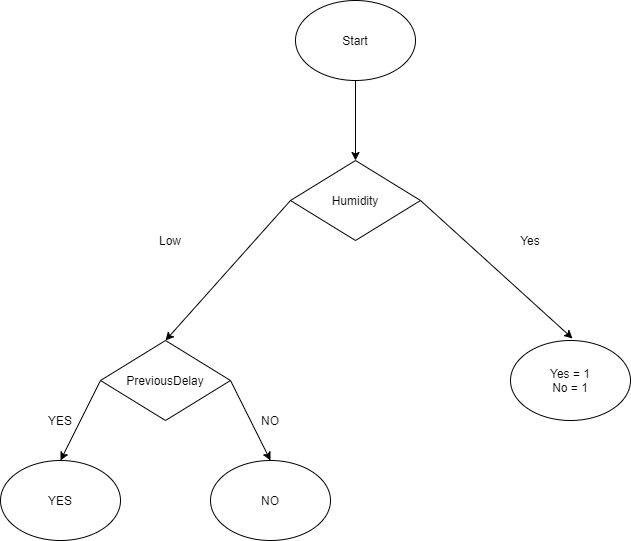
drminix/images keeps this draw.io diagram as toyexample_decisiontree_3.png. Above is the earlier version. Source tidied: cells renumbered, new cells last; positions are measured from the earlier drawing's top-left corner, leaving out a move shared by most shapes.
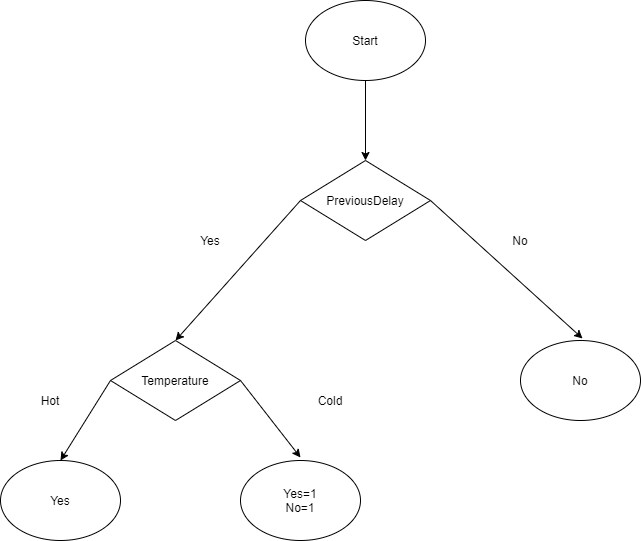
The same file after the commit.

Change to the diagram source:
```diff
@@ -7,10 +7,10 @@
         <mxPoint x="355" y="80" as="sourcePoint" />
       </mxGeometry>
     </mxCell>
-    <mxCell id="3" value="Humidity" style="rhombus;whiteSpace=wrap;html=1;" parent="1" vertex="1">
+    <mxCell id="3" value="PreviousDelay" style="rhombus;whiteSpace=wrap;html=1;" parent="1" vertex="1">
       <mxGeometry x="290" y="160" width="130" height="80" as="geometry" />
     </mxCell>
-    <mxCell id="4" style="endArrow=classic;html=1;exitX=0;exitY=0.5;exitDx=0;exitDy=0;entryX=0.5;entryY=0;entryDx=0;entryDy=0;" parent="1" edge="1" source="3" target="8">
+    <mxCell id="4" style="endArrow=classic;html=1;exitX=0;exitY=0.5;exitDx=0;exitDy=0;entryX=0.5;entryY=0;entryDx=0;entryDy=0;" parent="1" edge="1" source="3" target="17">
       <mxGeometry relative="1" as="geometry" />
     </mxCell>
     <mxCell id="5" style="endArrow=classic;html=1;exitX=1;exitY=0.5;exitDx=0;exitDy=0;entryX=0.491;entryY=-0.05;entryDx=0;entryDy=0;entryPerimeter=0;" parent="1" edge="1" source="3">
@@ -18,40 +18,38 @@
         <mxPoint x="572" y="338" as="targetPoint" />
       </mxGeometry>
     </mxCell>
-    <mxCell id="6" value="Low" style="text;html=1;strokeColor=none;fillColor=none;align=center;verticalAlign=middle;whiteSpace=wrap;rounded=0;" parent="1" vertex="1">
-      <mxGeometry x="150" y="230" width="40" height="20" as="geometry" />
+    <mxCell id="6" value="Yes" style="text;html=1;strokeColor=none;fillColor=none;align=center;verticalAlign=middle;whiteSpace=wrap;rounded=0;" parent="1" vertex="1">
+      <mxGeometry x="180" y="230" width="40" height="20" as="geometry" />
     </mxCell>
-    <mxCell id="7" value="Yes" style="text;html=1;strokeColor=none;fillColor=none;align=center;verticalAlign=middle;whiteSpace=wrap;rounded=0;" parent="1" vertex="1">
-      <mxGeometry x="510" y="230" width="40" height="20" as="geometry" />
+    <mxCell id="7" value="No" style="text;html=1;strokeColor=none;fillColor=none;align=center;verticalAlign=middle;whiteSpace=wrap;rounded=0;" parent="1" vertex="1">
+      <mxGeometry x="490" y="230" width="40" height="20" as="geometry" />
     </mxCell>
-    <mxCell id="8" value="PreviousDelay" style="rhombus;whiteSpace=wrap;html=1;" parent="1" vertex="1">
-      <mxGeometry x="100" y="340" width="130" height="80" as="geometry" />
-    </mxCell>
-    <mxCell id="9" style="endArrow=classic;html=1;exitX=0;exitY=0.5;exitDx=0;exitDy=0;" parent="1" edge="1" source="8">
-      <mxGeometry relative="1" as="geometry">
-        <mxPoint x="60" y="460" as="targetPoint" />
-      </mxGeometry>
-    </mxCell>
-    <mxCell id="10" style="endArrow=classic;html=1;exitX=1;exitY=0.5;exitDx=0;exitDy=0;" parent="1" edge="1" source="8">
-      <mxGeometry relative="1" as="geometry">
-        <mxPoint x="270" y="460" as="targetPoint" />
-      </mxGeometry>
-    </mxCell>
-    <mxCell id="11" value="YES" style="ellipse;whiteSpace=wrap;html=1;" parent="1" vertex="1">
-      <mxGeometry y="460" width="120" height="80" as="geometry" />
-    </mxCell>
-    <mxCell id="12" value="YES" style="text;html=1;strokeColor=none;fillColor=none;align=center;verticalAlign=middle;whiteSpace=wrap;rounded=0;" parent="1" vertex="1">
-      <mxGeometry x="40" y="410" width="40" height="20" as="geometry" />
-    </mxCell>
-    <mxCell id="13" value="NO" style="text;html=1;strokeColor=none;fillColor=none;align=center;verticalAlign=middle;whiteSpace=wrap;rounded=0;" parent="1" vertex="1">
-      <mxGeometry x="250" y="410" width="40" height="20" as="geometry" />
-    </mxCell>
-    <mxCell id="14" value="NO" style="ellipse;whiteSpace=wrap;html=1;" parent="1" vertex="1">
-      <mxGeometry x="210" y="460" width="120" height="80" as="geometry" />
-    </mxCell>
-    <mxCell id="15" value="Yes = 1&lt;br&gt;No = 1" style="ellipse;whiteSpace=wrap;html=1;" parent="1" vertex="1">
-      <mxGeometry x="510" y="340" width="120" height="80" as="geometry" />
-    </mxCell>
+    <mxCell id="17" value="Temperature" style="rhombus;whiteSpace=wrap;html=1;" parent="1" vertex="1">
+      <mxGeometry x="100" y="340" width="130" height="80" as="geometry" />
+    </mxCell>
+    <mxCell id="18" style="endArrow=classic;html=1;exitX=0;exitY=0.5;exitDx=0;exitDy=0;entryX=0.5;entryY=0;entryDx=0;entryDy=0;" parent="1" edge="1" source="17" target="20">
+      <mxGeometry relative="1" as="geometry" />
+    </mxCell>
+    <mxCell id="19" style="endArrow=classic;html=1;exitX=1;exitY=0.5;exitDx=0;exitDy=0;" parent="1" edge="1" source="17">
+      <mxGeometry relative="1" as="geometry">
+        <mxPoint x="290" y="457" as="targetPoint" />
+      </mxGeometry>
+    </mxCell>
+    <mxCell id="20" value="Yes" style="ellipse;whiteSpace=wrap;html=1;" parent="1" vertex="1">
+      <mxGeometry x="-10" y="460" width="120" height="80" as="geometry" />
+    </mxCell>
+    <mxCell id="21" value="Hot" style="text;html=1;strokeColor=none;fillColor=none;align=center;verticalAlign=middle;whiteSpace=wrap;rounded=0;" parent="1" vertex="1">
+      <mxGeometry x="20" y="390" width="40" height="20" as="geometry" />
+    </mxCell>
+    <mxCell id="22" value="Cold" style="text;html=1;strokeColor=none;fillColor=none;align=center;verticalAlign=middle;whiteSpace=wrap;rounded=0;" parent="1" vertex="1">
+      <mxGeometry x="300" y="390" width="40" height="20" as="geometry" />
+    </mxCell>
+    <mxCell id="23" value="Yes=1&lt;br&gt;No=1" style="ellipse;whiteSpace=wrap;html=1;" parent="1" vertex="1">
+      <mxGeometry x="230" y="460" width="120" height="80" as="geometry" />
+    </mxCell>
+    <mxCell id="24" value="No" style="ellipse;whiteSpace=wrap;html=1;" parent="1" vertex="1">
+      <mxGeometry x="510" y="340" width="120" height="80" as="geometry" />
+    </mxCell>
     <mxCell id="16" value="Start" style="ellipse;whiteSpace=wrap;html=1;" parent="1" vertex="1">
       <mxGeometry x="295" width="120" height="80" as="geometry" />
     </mxCell>
```
